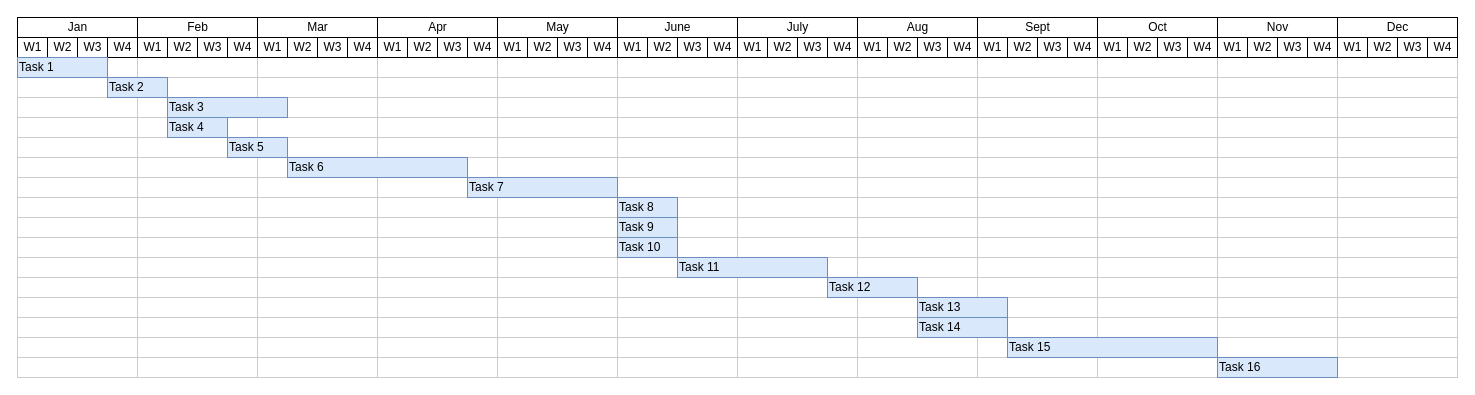
The draw.io diagram Untitled Diagram.drawio in Auspolo/Auspolo, before the edit. Source tidied: cells renumbered, new cells numbered last; positions are measured from the earlier drawing's top-left corner, leaving out a move shared by most shapes. Both pictures are drawn from the tidied source at 100%, with x=0, y=0 at pixel (17, 17).
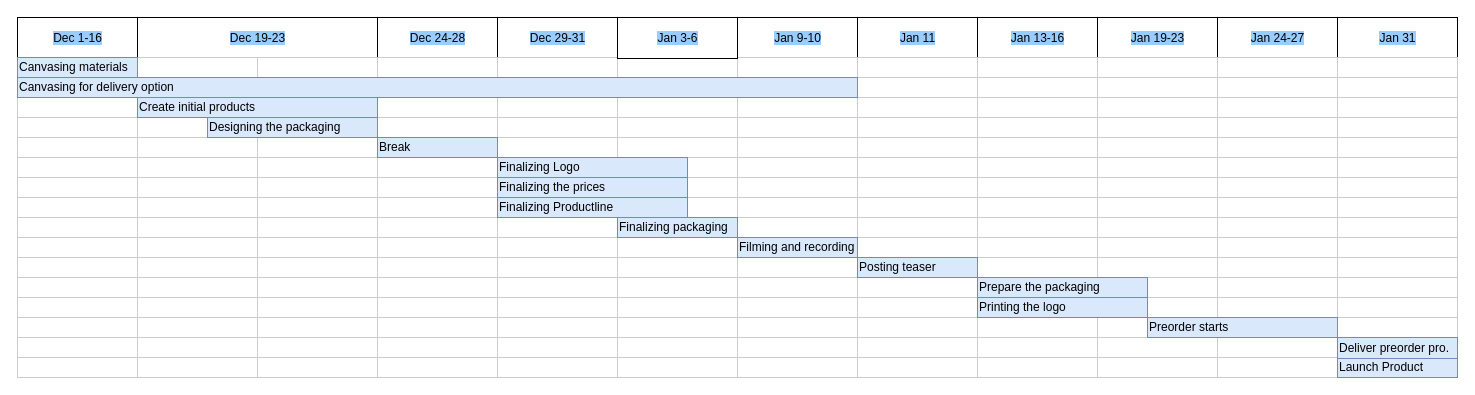
The same diagram, later.

Commit message:
Product line

The edit, as a diff of the source:
```diff
@@
-    <mxCell id="2" value="Mar" style="strokeWidth=1;fontStyle=0;html=1;" parent="1" vertex="1">
-      <mxGeometry x="240" width="120" height="20" as="geometry" />
-    </mxCell>
-    <mxCell id="3" value="Apr" style="strokeWidth=1;fontStyle=0;html=1;" parent="1" vertex="1">
-      <mxGeometry x="360" width="120" height="20" as="geometry" />
+    <mxCell id="3" value="&lt;span style=&quot;background-color: rgb(153, 204, 255);&quot;&gt;Dec 24-28&lt;/span&gt;" style="strokeWidth=1;fontStyle=0;html=1;" parent="1" vertex="1">
+      <mxGeometry x="360" width="120" height="41" as="geometry" />
     </mxCell>
-    <mxCell id="4" value="May" style="strokeWidth=1;fontStyle=0;html=1;" parent="1" vertex="1">
-      <mxGeometry x="480" width="120" height="20" as="geometry" />
+    <mxCell id="4" value="&lt;span style=&quot;background-color: rgb(153, 204, 255);&quot;&gt;Dec 29-31&lt;/span&gt;" style="strokeWidth=1;fontStyle=0;html=1;" parent="1" vertex="1">
+      <mxGeometry x="480" width="120" height="41" as="geometry" />
     </mxCell>
-    <mxCell id="5" value="June" style="strokeWidth=1;fontStyle=0;html=1;" parent="1" vertex="1">
-      <mxGeometry x="600" width="120" height="20" as="geometry" />
-    </mxCell>
-    <mxCell id="6" value="July" style="strokeWidth=1;fontStyle=0;html=1;" parent="1" vertex="1">
-      <mxGeometry x="720" width="120" height="20" as="geometry" />
+    <mxCell id="6" value="&lt;span style=&quot;background-color: rgb(153, 204, 255);&quot;&gt;Jan 9-10&lt;/span&gt;" style="strokeWidth=1;fontStyle=0;html=1;" parent="1" vertex="1">
+      <mxGeometry x="720" width="120" height="41" as="geometry" />
     </mxCell>
-    <mxCell id="7" value="Aug" style="strokeWidth=1;fontStyle=0;html=1;" parent="1" vertex="1">
-      <mxGeometry x="840" width="120" height="20" as="geometry" />
+    <mxCell id="7" value="&lt;span style=&quot;background-color: rgb(153, 204, 255);&quot;&gt;Jan 11&lt;/span&gt;" style="strokeWidth=1;fontStyle=0;html=1;" parent="1" vertex="1">
+      <mxGeometry x="840" width="120" height="41" as="geometry" />
     </mxCell>
-    <mxCell id="8" value="Sept" style="strokeWidth=1;fontStyle=0;html=1;" parent="1" vertex="1">
-      <mxGeometry x="960" width="120" height="20" as="geometry" />
+    <mxCell id="8" value="&lt;span style=&quot;background-color: rgb(153, 204, 255);&quot;&gt;Jan 13-16&lt;/span&gt;" style="strokeWidth=1;fontStyle=0;html=1;" parent="1" vertex="1">
+      <mxGeometry x="960" width="120" height="41" as="geometry" />
     </mxCell>
-    <mxCell id="9" value="Oct" style="strokeWidth=1;fontStyle=0;html=1;" parent="1" vertex="1">
-      <mxGeometry x="1080" width="120" height="20" as="geometry" />
+    <mxCell id="9" value="&lt;span style=&quot;background-color: rgb(153, 204, 255);&quot;&gt;Jan 19-23&lt;/span&gt;" style="strokeWidth=1;fontStyle=0;html=1;" parent="1" vertex="1">
+      <mxGeometry x="1080" width="120" height="41" as="geometry" />
     </mxCell>
-    <mxCell id="10" value="Nov" style="strokeWidth=1;fontStyle=0;html=1;" parent="1" vertex="1">
-      <mxGeometry x="1200" width="120" height="20" as="geometry" />
+    <mxCell id="10" value="&lt;span style=&quot;background-color: rgb(153, 204, 255);&quot;&gt;Jan 24-27&lt;/span&gt;" style="strokeWidth=1;fontStyle=0;html=1;" parent="1" vertex="1">
+      <mxGeometry x="1200" width="120" height="41" as="geometry" />
     </mxCell>
-    <mxCell id="11" value="Feb" style="strokeWidth=1;fontStyle=0;html=1;" parent="1" vertex="1">
-      <mxGeometry x="120" width="120" height="20" as="geometry" />
+    <mxCell id="11" value="&lt;span style=&quot;background-color: rgb(153, 204, 255);&quot;&gt;Dec 19-23&lt;/span&gt;" style="strokeWidth=1;fontStyle=0;html=1;" parent="1" vertex="1">
+      <mxGeometry x="120" width="240" height="41" as="geometry" />
     </mxCell>
@@
-    <mxCell id="13" value="Jan" style="strokeWidth=1;fontStyle=0;html=1;" parent="1" vertex="1">
-      <mxGeometry width="120" height="20" as="geometry" />
+    <mxCell id="13" value="&lt;span style=&quot;background-color: rgb(153, 204, 255);&quot;&gt;Dec 1-16&lt;/span&gt;" style="strokeWidth=1;fontStyle=0;html=1;" parent="1" vertex="1">
+      <mxGeometry width="120" height="41" as="geometry" />
     </mxCell>
-    <mxCell id="14" value="Dec" style="strokeWidth=1;fontStyle=0;html=1;" parent="1" vertex="1">
-      <mxGeometry x="1320" width="120" height="20" as="geometry" />
+    <mxCell id="14" value="&lt;span style=&quot;background-color: rgb(153, 204, 255);&quot;&gt;Jan 31&lt;/span&gt;" style="strokeWidth=1;fontStyle=0;html=1;" parent="1" vertex="1">
+      <mxGeometry x="1320" width="120" height="41" as="geometry" />
     </mxCell>
@@
-    <mxCell id="206" value="W1" style="strokeWidth=1;fontStyle=0;html=1;" parent="1" vertex="1">
-      <mxGeometry x="240" y="20" width="30" height="20" as="geometry" />
-    </mxCell>
-    <mxCell id="207" value="W2" style="strokeWidth=1;fontStyle=0;html=1;" parent="1" vertex="1">
-      <mxGeometry x="270" y="20" width="30" height="20" as="geometry" />
-    </mxCell>
-    <mxCell id="208" value="W3" style="strokeWidth=1;fontStyle=0;html=1;" parent="1" vertex="1">
-      <mxGeometry x="300" y="20" width="30" height="20" as="geometry" />
-    </mxCell>
-    <mxCell id="209" value="W4" style="strokeWidth=1;fontStyle=0;html=1;" parent="1" vertex="1">
-      <mxGeometry x="330" y="20" width="30" height="20" as="geometry" />
-    </mxCell>
-    <mxCell id="210" value="W1" style="strokeWidth=1;fontStyle=0;html=1;" parent="1" vertex="1">
-      <mxGeometry x="360" y="20" width="30" height="20" as="geometry" />
-    </mxCell>
-    <mxCell id="211" value="W2" style="strokeWidth=1;fontStyle=0;html=1;" parent="1" vertex="1">
-      <mxGeometry x="390" y="20" width="30" height="20" as="geometry" />
-    </mxCell>
-    <mxCell id="212" value="W3" style="strokeWidth=1;fontStyle=0;html=1;" parent="1" vertex="1">
-      <mxGeometry x="420" y="20" width="30" height="20" as="geometry" />
-    </mxCell>
-    <mxCell id="213" value="W4" style="strokeWidth=1;fontStyle=0;html=1;" parent="1" vertex="1">
-      <mxGeometry x="450" y="20" width="30" height="20" as="geometry" />
-    </mxCell>
-    <mxCell id="214" value="W1" style="strokeWidth=1;fontStyle=0;html=1;" parent="1" vertex="1">
-      <mxGeometry x="480" y="20" width="30" height="20" as="geometry" />
-    </mxCell>
-    <mxCell id="215" value="W2" style="strokeWidth=1;fontStyle=0;html=1;" parent="1" vertex="1">
-      <mxGeometry x="510" y="20" width="30" height="20" as="geometry" />
-    </mxCell>
-    <mxCell id="216" value="W3" style="strokeWidth=1;fontStyle=0;html=1;" parent="1" vertex="1">
-      <mxGeometry x="540" y="20" width="30" height="20" as="geometry" />
-    </mxCell>
-    <mxCell id="217" value="W4" style="strokeWidth=1;fontStyle=0;html=1;" parent="1" vertex="1">
-      <mxGeometry x="570" y="20" width="30" height="20" as="geometry" />
-    </mxCell>
-    <mxCell id="218" value="W1" style="strokeWidth=1;fontStyle=0;html=1;" parent="1" vertex="1">
-      <mxGeometry x="600" y="20" width="30" height="20" as="geometry" />
-    </mxCell>
-    <mxCell id="219" value="W2" style="strokeWidth=1;fontStyle=0;html=1;" parent="1" vertex="1">
-      <mxGeometry x="630" y="20" width="30" height="20" as="geometry" />
-    </mxCell>
-    <mxCell id="220" value="W3" style="strokeWidth=1;fontStyle=0;html=1;" parent="1" vertex="1">
-      <mxGeometry x="660" y="20" width="30" height="20" as="geometry" />
-    </mxCell>
-    <mxCell id="221" value="W4" style="strokeWidth=1;fontStyle=0;html=1;" parent="1" vertex="1">
-      <mxGeometry x="690" y="20" width="30" height="20" as="geometry" />
-    </mxCell>
-    <mxCell id="222" value="W1" style="strokeWidth=1;fontStyle=0;html=1;" parent="1" vertex="1">
-      <mxGeometry x="720" y="20" width="30" height="20" as="geometry" />
-    </mxCell>
-    <mxCell id="223" value="W2" style="strokeWidth=1;fontStyle=0;html=1;" parent="1" vertex="1">
-      <mxGeometry x="750" y="20" width="30" height="20" as="geometry" />
-    </mxCell>
-    <mxCell id="224" value="W3" style="strokeWidth=1;fontStyle=0;html=1;" parent="1" vertex="1">
-      <mxGeometry x="780" y="20" width="30" height="20" as="geometry" />
-    </mxCell>
-    <mxCell id="225" value="W4" style="strokeWidth=1;fontStyle=0;html=1;" parent="1" vertex="1">
-      <mxGeometry x="810" y="20" width="30" height="20" as="geometry" />
-    </mxCell>
-    <mxCell id="226" value="W1" style="strokeWidth=1;fontStyle=0;html=1;" parent="1" vertex="1">
-      <mxGeometry x="840" y="20" width="30" height="20" as="geometry" />
-    </mxCell>
-    <mxCell id="227" value="W2" style="strokeWidth=1;fontStyle=0;html=1;" parent="1" vertex="1">
-      <mxGeometry x="870" y="20" width="30" height="20" as="geometry" />
-    </mxCell>
-    <mxCell id="228" value="W3" style="strokeWidth=1;fontStyle=0;html=1;" parent="1" vertex="1">
-      <mxGeometry x="900" y="20" width="30" height="20" as="geometry" />
-    </mxCell>
-    <mxCell id="229" value="W4" style="strokeWidth=1;fontStyle=0;html=1;" parent="1" vertex="1">
-      <mxGeometry x="930" y="20" width="30" height="20" as="geometry" />
-    </mxCell>
-    <mxCell id="230" value="W1" style="strokeWidth=1;fontStyle=0;html=1;" parent="1" vertex="1">
-      <mxGeometry x="960" y="20" width="30" height="20" as="geometry" />
-    </mxCell>
-    <mxCell id="231" value="W2" style="strokeWidth=1;fontStyle=0;html=1;" parent="1" vertex="1">
-      <mxGeometry x="990" y="20" width="30" height="20" as="geometry" />
-    </mxCell>
-    <mxCell id="232" value="W3" style="strokeWidth=1;fontStyle=0;html=1;" parent="1" vertex="1">
-      <mxGeometry x="1020" y="20" width="30" height="20" as="geometry" />
-    </mxCell>
-    <mxCell id="233" value="W4" style="strokeWidth=1;fontStyle=0;html=1;" parent="1" vertex="1">
-      <mxGeometry x="1050" y="20" width="30" height="20" as="geometry" />
-    </mxCell>
-    <mxCell id="234" value="W1" style="strokeWidth=1;fontStyle=0;html=1;" parent="1" vertex="1">
-      <mxGeometry x="1080" y="20" width="30" height="20" as="geometry" />
-    </mxCell>
-    <mxCell id="235" value="W2" style="strokeWidth=1;fontStyle=0;html=1;" parent="1" vertex="1">
-      <mxGeometry x="1110" y="20" width="30" height="20" as="geometry" />
-    </mxCell>
-    <mxCell id="236" value="W3" style="strokeWidth=1;fontStyle=0;html=1;" parent="1" vertex="1">
-      <mxGeometry x="1140" y="20" width="30" height="20" as="geometry" />
-    </mxCell>
-    <mxCell id="237" value="W4" style="strokeWidth=1;fontStyle=0;html=1;" parent="1" vertex="1">
-      <mxGeometry x="1170" y="20" width="30" height="20" as="geometry" />
-    </mxCell>
-    <mxCell id="238" value="W1" style="strokeWidth=1;fontStyle=0;html=1;" parent="1" vertex="1">
-      <mxGeometry x="1200" y="20" width="30" height="20" as="geometry" />
-    </mxCell>
-    <mxCell id="239" value="W2" style="strokeWidth=1;fontStyle=0;html=1;" parent="1" vertex="1">
-      <mxGeometry x="1230" y="20" width="30" height="20" as="geometry" />
-    </mxCell>
-    <mxCell id="240" value="W3" style="strokeWidth=1;fontStyle=0;html=1;" parent="1" vertex="1">
-      <mxGeometry x="1260" y="20" width="30" height="20" as="geometry" />
-    </mxCell>
-    <mxCell id="241" value="W4" style="strokeWidth=1;fontStyle=0;html=1;" parent="1" vertex="1">
-      <mxGeometry x="1290" y="20" width="30" height="20" as="geometry" />
-    </mxCell>
-    <mxCell id="242" value="W1" style="strokeWidth=1;fontStyle=0;html=1;" parent="1" vertex="1">
-      <mxGeometry x="120" y="20" width="30" height="20" as="geometry" />
-    </mxCell>
-    <mxCell id="243" value="W2" style="strokeWidth=1;fontStyle=0;html=1;" parent="1" vertex="1">
-      <mxGeometry x="150" y="20" width="30" height="20" as="geometry" />
-    </mxCell>
-    <mxCell id="244" value="W3" style="strokeWidth=1;fontStyle=0;html=1;" parent="1" vertex="1">
-      <mxGeometry x="180" y="20" width="30" height="20" as="geometry" />
-    </mxCell>
-    <mxCell id="245" value="W4" style="strokeWidth=1;fontStyle=0;html=1;" parent="1" vertex="1">
-      <mxGeometry x="210" y="20" width="30" height="20" as="geometry" />
-    </mxCell>
-    <mxCell id="246" value="W1" style="strokeWidth=1;fontStyle=0;html=1;" parent="1" vertex="1">
-      <mxGeometry y="20" width="30" height="20" as="geometry" />
-    </mxCell>
-    <mxCell id="247" value="W2" style="strokeWidth=1;fontStyle=0;html=1;" parent="1" vertex="1">
-      <mxGeometry x="30" y="20" width="30" height="20" as="geometry" />
-    </mxCell>
-    <mxCell id="248" value="W3" style="strokeWidth=1;fontStyle=0;html=1;" parent="1" vertex="1">
-      <mxGeometry x="60" y="20" width="30" height="20" as="geometry" />
-    </mxCell>
-    <mxCell id="249" value="W4" style="strokeWidth=1;fontStyle=0;html=1;" parent="1" vertex="1">
-      <mxGeometry x="90" y="20" width="30" height="20" as="geometry" />
-    </mxCell>
-    <mxCell id="250" value="W1" style="strokeWidth=1;fontStyle=0;html=1;" parent="1" vertex="1">
-      <mxGeometry x="1320" y="20" width="30" height="20" as="geometry" />
-    </mxCell>
-    <mxCell id="251" value="W2" style="strokeWidth=1;fontStyle=0;html=1;" parent="1" vertex="1">
-      <mxGeometry x="1350" y="20" width="30" height="20" as="geometry" />
-    </mxCell>
-    <mxCell id="252" value="W3" style="strokeWidth=1;fontStyle=0;html=1;" parent="1" vertex="1">
-      <mxGeometry x="1380" y="20" width="30" height="20" as="geometry" />
-    </mxCell>
-    <mxCell id="253" value="W4" style="strokeWidth=1;fontStyle=0;html=1;" parent="1" vertex="1">
-      <mxGeometry x="1410" y="20" width="30" height="20" as="geometry" />
-    </mxCell>
-    <mxCell id="254" value="Task 1" style="align=left;strokeColor=#6c8ebf;html=1;fillColor=#dae8fc;" parent="1" vertex="1">
-      <mxGeometry y="40" width="90" height="20" as="geometry" />
+    <mxCell id="254" value="Canvasing materials" style="align=left;strokeColor=#6c8ebf;html=1;fillColor=#dae8fc;" parent="1" vertex="1">
+      <mxGeometry y="40" width="120" height="20" as="geometry" />
     </mxCell>
-    <mxCell id="255" value="Task 2" style="align=left;strokeColor=#6c8ebf;html=1;fillColor=#dae8fc;" parent="1" vertex="1">
-      <mxGeometry x="90" y="60" width="60" height="20" as="geometry" />
+    <mxCell id="255" value="Create initial products" style="align=left;strokeColor=#6c8ebf;html=1;fillColor=#dae8fc;" parent="1" vertex="1">
+      <mxGeometry x="120" y="80" width="240" height="20" as="geometry" />
     </mxCell>
-    <mxCell id="256" value="Task 3" style="align=left;strokeColor=#6c8ebf;html=1;fillColor=#dae8fc;" parent="1" vertex="1">
-      <mxGeometry x="150" y="80" width="120" height="20" as="geometry" />
+    <mxCell id="256" value="Designing the packaging" style="align=left;strokeColor=#6c8ebf;html=1;fillColor=#dae8fc;" parent="1" vertex="1">
+      <mxGeometry x="190" y="100" width="170" height="20" as="geometry" />
     </mxCell>
-    <mxCell id="257" value="Task 4" style="align=left;strokeColor=#6c8ebf;html=1;fillColor=#dae8fc;" parent="1" vertex="1">
-      <mxGeometry x="150" y="100" width="60" height="20" as="geometry" />
+    <mxCell id="257" value="Break" style="align=left;strokeColor=#6c8ebf;html=1;fillColor=#dae8fc;" parent="1" vertex="1">
+      <mxGeometry x="360" y="120" width="120" height="20" as="geometry" />
     </mxCell>
-    <mxCell id="258" value="Task 5" style="align=left;strokeColor=#6c8ebf;html=1;fillColor=#dae8fc;" parent="1" vertex="1">
-      <mxGeometry x="210" y="120" width="60" height="20" as="geometry" />
+    <mxCell id="258" value="Finalizing the prices" style="align=left;strokeColor=#6c8ebf;html=1;fillColor=#dae8fc;" parent="1" vertex="1">
+      <mxGeometry x="480" y="160" width="190" height="20" as="geometry" />
     </mxCell>
-    <mxCell id="259" value="Task 6" style="align=left;strokeColor=#6c8ebf;html=1;fillColor=#dae8fc;" parent="1" vertex="1">
-      <mxGeometry x="270" y="140" width="180" height="20" as="geometry" />
-    </mxCell>
-    <mxCell id="260" value="Task 7" style="align=left;strokeColor=#6c8ebf;html=1;fillColor=#dae8fc;" parent="1" vertex="1">
-      <mxGeometry x="450" y="160" width="150" height="20" as="geometry" />
+    <mxCell id="260" value="Posting teaser" style="align=left;strokeColor=#6c8ebf;html=1;fillColor=#dae8fc;" parent="1" vertex="1">
+      <mxGeometry x="840" y="240" width="120" height="20" as="geometry" />
     </mxCell>
-    <mxCell id="261" value="Task 8" style="align=left;strokeColor=#6c8ebf;html=1;fillColor=#dae8fc;" parent="1" vertex="1">
-      <mxGeometry x="600" y="180" width="60" height="20" as="geometry" />
-    </mxCell>
-    <mxCell id="262" value="Task 9" style="align=left;strokeColor=#6c8ebf;html=1;fillColor=#dae8fc;" parent="1" vertex="1">
-      <mxGeometry x="600" y="200" width="60" height="20" as="geometry" />
+    <mxCell id="262" value="Finalizing packaging" style="align=left;strokeColor=#6c8ebf;html=1;fillColor=#dae8fc;" parent="1" vertex="1">
+      <mxGeometry x="600" y="200" width="120" height="20" as="geometry" />
     </mxCell>
-    <mxCell id="263" value="Task 10" style="align=left;strokeColor=#6c8ebf;html=1;fillColor=#dae8fc;" parent="1" vertex="1">
-      <mxGeometry x="600" y="220" width="60" height="20" as="geometry" />
+    <mxCell id="263" value="Prepare the packaging" style="align=left;strokeColor=#6c8ebf;html=1;fillColor=#dae8fc;" parent="1" vertex="1">
+      <mxGeometry x="960" y="260" width="170" height="20" as="geometry" />
     </mxCell>
-    <mxCell id="264" value="Task 11" style="align=left;strokeColor=#6c8ebf;html=1;fillColor=#dae8fc;" parent="1" vertex="1">
-      <mxGeometry x="660" y="240" width="150" height="20" as="geometry" />
-    </mxCell>
-    <mxCell id="265" value="Task 12" style="align=left;strokeColor=#6c8ebf;html=1;fillColor=#dae8fc;" parent="1" vertex="1">
-      <mxGeometry x="810" y="260" width="90" height="20" as="geometry" />
+    <mxCell id="265" value="Canvasing for delivery option" style="align=left;strokeColor=#6c8ebf;html=1;fillColor=#dae8fc;" parent="1" vertex="1">
+      <mxGeometry y="60" width="840" height="20" as="geometry" />
     </mxCell>
-    <mxCell id="266" value="Task 13" style="align=left;strokeColor=#6c8ebf;html=1;fillColor=#dae8fc;" parent="1" vertex="1">
-      <mxGeometry x="900" y="280" width="90" height="20" as="geometry" />
+    <mxCell id="266" value="Finalizing Logo" style="align=left;strokeColor=#6c8ebf;html=1;fillColor=#dae8fc;" parent="1" vertex="1">
+      <mxGeometry x="480" y="140" width="190" height="20" as="geometry" />
     </mxCell>
-    <mxCell id="267" value="Task 14" style="align=left;strokeColor=#6c8ebf;html=1;fillColor=#dae8fc;" parent="1" vertex="1">
-      <mxGeometry x="900" y="300" width="90" height="20" as="geometry" />
+    <mxCell id="267" value="Printing the logo" style="align=left;strokeColor=#6c8ebf;html=1;fillColor=#dae8fc;" parent="1" vertex="1">
+      <mxGeometry x="960" y="280" width="170" height="20" as="geometry" />
     </mxCell>
-    <mxCell id="268" value="Task 15" style="align=left;strokeColor=#6c8ebf;html=1;fillColor=#dae8fc;" parent="1" vertex="1">
-      <mxGeometry x="990" y="320" width="210" height="20" as="geometry" />
+    <mxCell id="268" value="Preorder starts" style="align=left;strokeColor=#6c8ebf;html=1;fillColor=#dae8fc;" parent="1" vertex="1">
+      <mxGeometry x="1130" y="300" width="190" height="20" as="geometry" />
     </mxCell>
-    <mxCell id="269" value="Task 16" style="align=left;strokeColor=#6c8ebf;html=1;fillColor=#dae8fc;" parent="1" vertex="1">
-      <mxGeometry x="1200" y="340" width="120" height="20" as="geometry" />
+    <mxCell id="269" value="Launch Product" style="align=left;strokeColor=#6c8ebf;html=1;fillColor=#dae8fc;" parent="1" vertex="1">
+      <mxGeometry x="1320" y="340" width="120" height="20" as="geometry" />
     </mxCell>
+    <mxCell id="270" value="Finalizing Productline" style="align=left;strokeColor=#6c8ebf;html=1;fillColor=#dae8fc;" parent="1" vertex="1">
+      <mxGeometry x="480" y="180" width="190" height="20" as="geometry" />
+    </mxCell>
+    <mxCell id="271" value="&lt;span style=&quot;background-color: rgb(153, 204, 255);&quot;&gt;Jan 3-6&lt;/span&gt;" style="strokeWidth=1;fontStyle=0;html=1;" parent="1" vertex="1">
+      <mxGeometry x="600" width="120" height="41" as="geometry" />
+    </mxCell>
+    <mxCell id="272" value="Filming and recording" style="align=left;strokeColor=#6c8ebf;html=1;fillColor=#dae8fc;" parent="1" vertex="1">
+      <mxGeometry x="720" y="220" width="120" height="20" as="geometry" />
+    </mxCell>
+    <mxCell id="273" value="Deliver preorder pro." style="align=left;strokeColor=#6c8ebf;html=1;fillColor=#dae8fc;" parent="1" vertex="1">
+      <mxGeometry x="1320" y="320" width="120" height="21" as="geometry" />
+    </mxCell>
```
